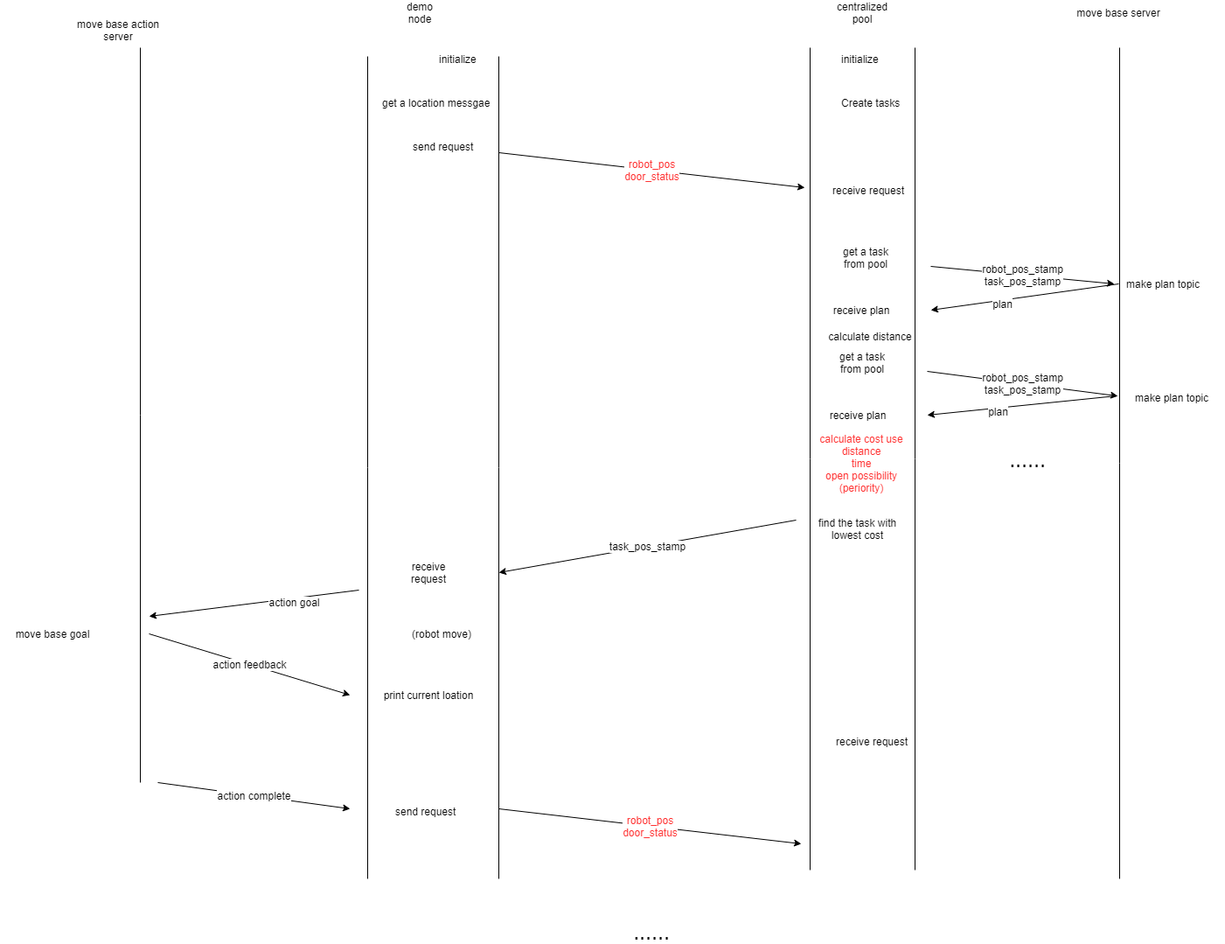
Before: img/scheduler-ros_workflow.png, a diagram exported from draw.io (xuanjiao/Robots_task_scheduling). Source tidied: cells renumbered, new cells last; positions are measured from the earlier drawing's top-left corner, leaving out a move shared by most shapes.
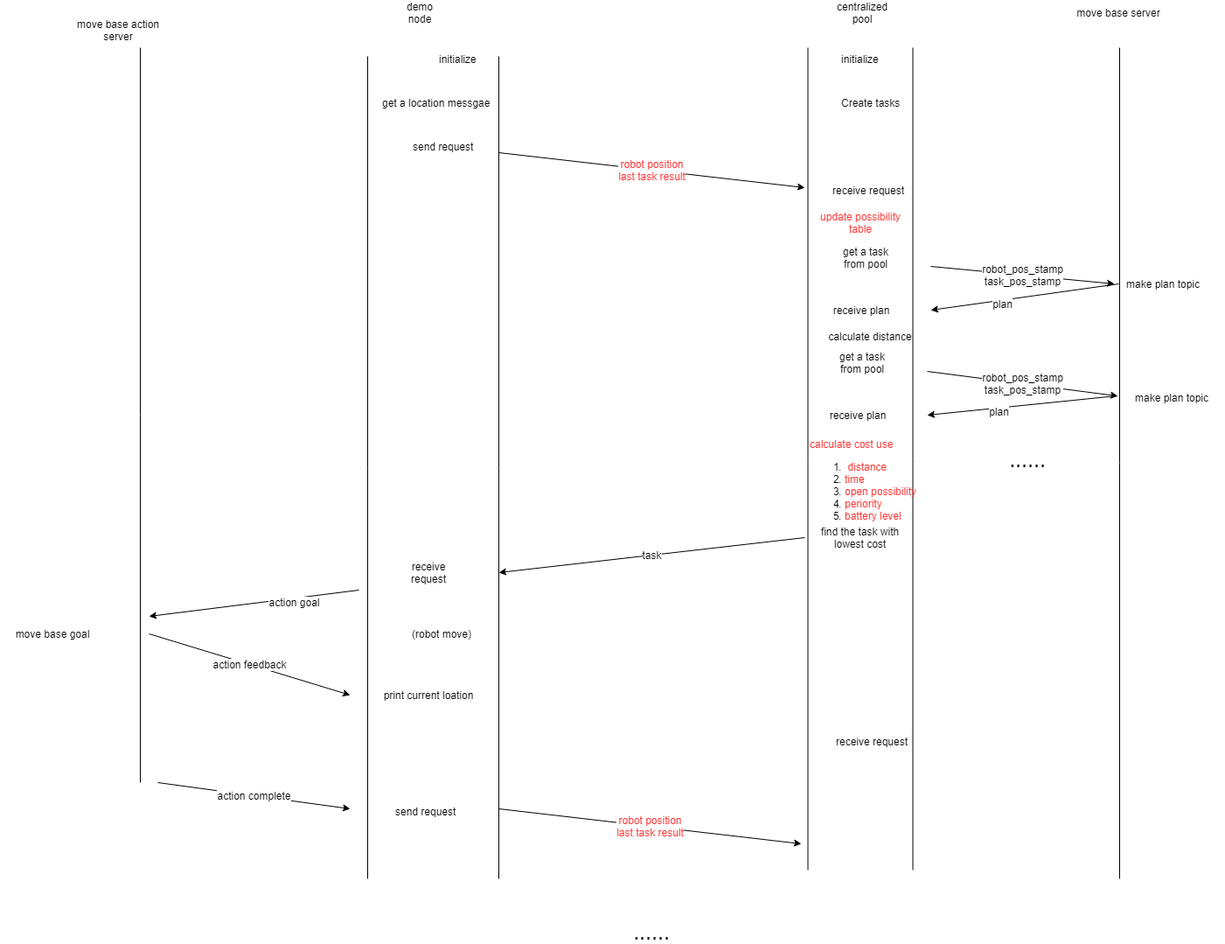
Later version of the same file.

Change to the diagram source:
```diff
@@ -3,7 +3,7 @@
     <mxCell id="0" />
     <mxCell id="1" parent="0" />
     <mxCell id="2" style="shape=partialRectangle;whiteSpace=wrap;html=1;top=0;bottom=0;fillColor=none;" parent="1" vertex="1">
-      <mxGeometry x="926" y="50" width="120" height="940" as="geometry" />
+      <mxGeometry x="923.5" y="50" width="120" height="940" as="geometry" />
     </mxCell>
     <mxCell id="3" style="shape=partialRectangle;whiteSpace=wrap;html=1;top=0;bottom=0;fillColor=none;" parent="1" vertex="1">
       <mxGeometry x="420" y="60" width="150" height="940" as="geometry" />
@@ -81,15 +81,15 @@
       <mxGeometry x="946" y="400" width="80" height="20" as="geometry" />
     </mxCell>
     <mxCell id="24" value="find the task with lowest cost" style="text;html=1;strokeColor=none;fillColor=none;align=center;verticalAlign=middle;whiteSpace=wrap;rounded=0;" parent="1" vertex="1">
-      <mxGeometry x="927.5" y="580" width="107" height="40" as="geometry" />
+      <mxGeometry x="930" y="590" width="107" height="40" as="geometry" />
     </mxCell>
     <mxCell id="25" value="calculate distance" style="text;html=1;strokeColor=none;fillColor=none;align=center;verticalAlign=middle;whiteSpace=wrap;rounded=0;" parent="1" vertex="1">
       <mxGeometry x="930" y="370" width="130" height="20" as="geometry" />
     </mxCell>
-    <mxCell id="26" value="&lt;font color=&quot;#ff3333&quot;&gt;calculate cost use distance&lt;br&gt;time&lt;br&gt;open possibility&lt;br&gt;(periority)&lt;/font&gt;" style="text;html=1;strokeColor=none;fillColor=none;align=center;verticalAlign=middle;whiteSpace=wrap;rounded=0;" parent="1" vertex="1">
-      <mxGeometry x="920" y="515" width="130" height="20" as="geometry" />
+    <mxCell id="26" value="&lt;span style=&quot;color: rgb(255 , 51 , 51)&quot;&gt;calculate cost use&lt;/span&gt;&lt;br&gt;&lt;ol&gt;&lt;li&gt;&lt;span style=&quot;color: rgb(255 , 51 , 51)&quot;&gt;&amp;nbsp;distance&lt;/span&gt;&lt;/li&gt;&lt;li&gt;&lt;font color=&quot;#ff3333&quot;&gt;time&lt;/font&gt;&lt;/li&gt;&lt;li&gt;&lt;font color=&quot;#ff3333&quot;&gt;open possibility&lt;/font&gt;&lt;/li&gt;&lt;li&gt;&lt;font color=&quot;#ff3333&quot;&gt;periority&lt;/font&gt;&lt;/li&gt;&lt;li&gt;&lt;font color=&quot;#ff3333&quot;&gt;battery level&lt;/font&gt;&lt;/li&gt;&lt;/ol&gt;" style="text;html=1;strokeColor=none;fillColor=none;align=left;verticalAlign=middle;whiteSpace=wrap;rounded=0;" parent="1" vertex="1">
+      <mxGeometry x="923.5" y="540" width="130" height="20" as="geometry" />
     </mxCell>
-    <mxCell id="27" value="&lt;span style=&quot;color: rgb(255 , 51 , 51)&quot;&gt;robot_pos&lt;/span&gt;&lt;br style=&quot;color: rgb(255 , 51 , 51)&quot;&gt;&lt;span style=&quot;color: rgb(255 , 51 , 51)&quot;&gt;door_status&lt;/span&gt;" style="endArrow=classic;html=1;" parent="1" edge="1">
+    <mxCell id="27" value="&lt;span style=&quot;color: rgb(255 , 51 , 51)&quot;&gt;robot position&lt;/span&gt;&lt;br style=&quot;color: rgb(255 , 51 , 51)&quot;&gt;&lt;span style=&quot;color: rgb(255 , 51 , 51)&quot;&gt;last task result&lt;/span&gt;" style="endArrow=classic;html=1;" parent="1" edge="1">
       <mxGeometry relative="1" as="geometry">
         <mxPoint x="570" y="170" as="sourcePoint" />
         <mxPoint x="920" y="210" as="targetPoint" />
@@ -98,9 +98,9 @@
     <mxCell id="28" value="receive request" style="text;html=1;strokeColor=none;fillColor=none;align=center;verticalAlign=middle;whiteSpace=wrap;rounded=0;" parent="1" vertex="1">
       <mxGeometry x="470" y="640" width="40" height="20" as="geometry" />
     </mxCell>
-    <mxCell id="29" value="task_pos_stamp" style="endArrow=classic;html=1;" parent="1" edge="1">
+    <mxCell id="29" value="task" style="endArrow=classic;html=1;" parent="1" edge="1">
       <mxGeometry relative="1" as="geometry">
-        <mxPoint x="910" y="590" as="sourcePoint" />
+        <mxPoint x="920" y="610" as="sourcePoint" />
         <mxPoint x="570" y="650" as="targetPoint" />
       </mxGeometry>
     </mxCell>
@@ -110,7 +110,7 @@
     <mxCell id="31" value="receive request" style="text;html=1;" parent="1" vertex="1">
       <mxGeometry x="954" y="830" width="110" height="30" as="geometry" />
     </mxCell>
-    <mxCell id="32" value="&lt;font color=&quot;#ff3333&quot;&gt;robot_pos&lt;br&gt;door_status&lt;/font&gt;" style="endArrow=classic;html=1;" parent="1" edge="1">
+    <mxCell id="32" value="&lt;font color=&quot;#ff3333&quot;&gt;robot position&lt;br&gt;last task result&lt;br&gt;&lt;/font&gt;" style="endArrow=classic;html=1;" parent="1" edge="1">
       <mxGeometry relative="1" as="geometry">
         <mxPoint x="570" y="920" as="sourcePoint" />
         <mxPoint x="916" y="960" as="targetPoint" />
@@ -164,5 +164,8 @@
     <mxCell id="45" value="&lt;font style=&quot;font-size: 25px&quot;&gt;......&lt;/font&gt;" style="text;html=1;strokeColor=none;fillColor=none;align=center;verticalAlign=middle;whiteSpace=wrap;rounded=0;" parent="1" vertex="1">
       <mxGeometry x="1110" y="510" width="130" height="20" as="geometry" />
     </mxCell>
+    <mxCell id="46" value="&lt;font color=&quot;#ff3333&quot;&gt;update possibility table&lt;/font&gt;" style="text;html=1;strokeColor=none;fillColor=none;align=center;verticalAlign=middle;whiteSpace=wrap;rounded=0;" parent="1" vertex="1">
+      <mxGeometry x="923.5" y="240" width="120" height="20" as="geometry" />
+    </mxCell>
   </root>
 </mxGraphModel>
```
